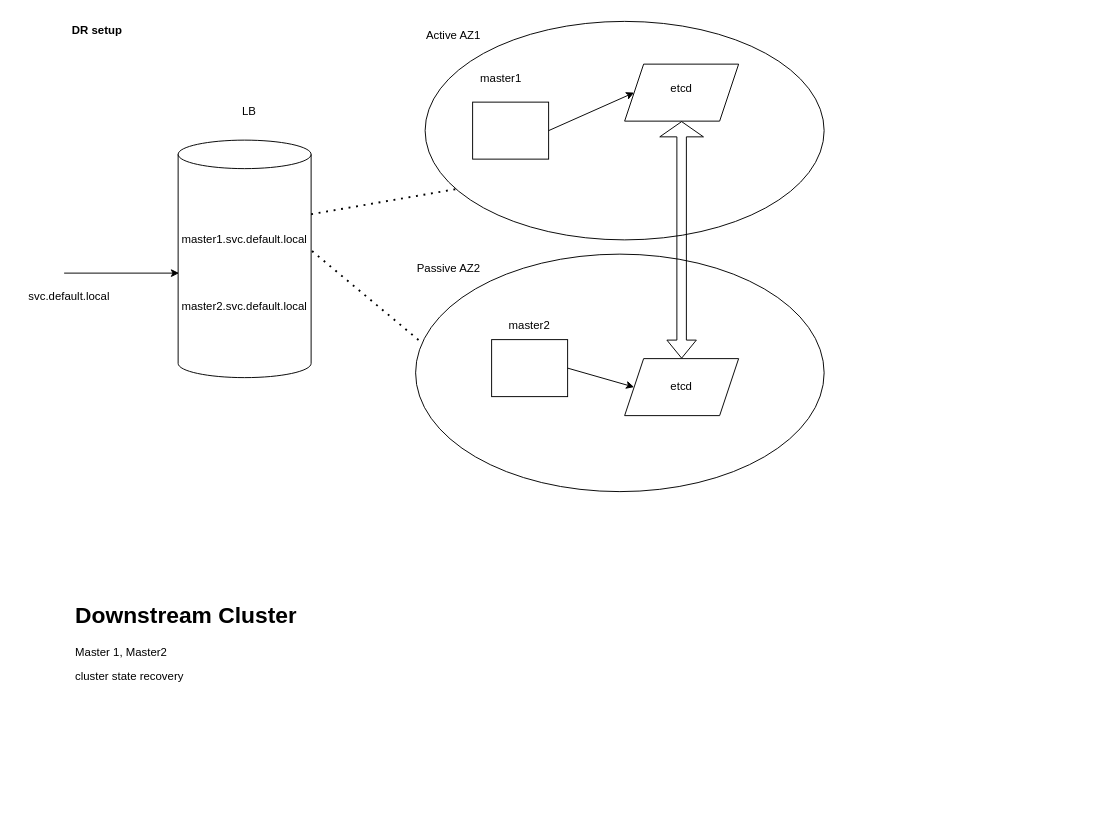
Before: Untitled Diagram.drawio in NitinBakaya/backup, a draw.io diagram. Source tidied: cells renumbered, new cells numbered last; positions are measured from the earlier drawing's top-left corner, leaving out a move shared by most shapes. Both pictures are drawn from the tidied source at 95%, with x=0, y=0 at pixel (16, 16).
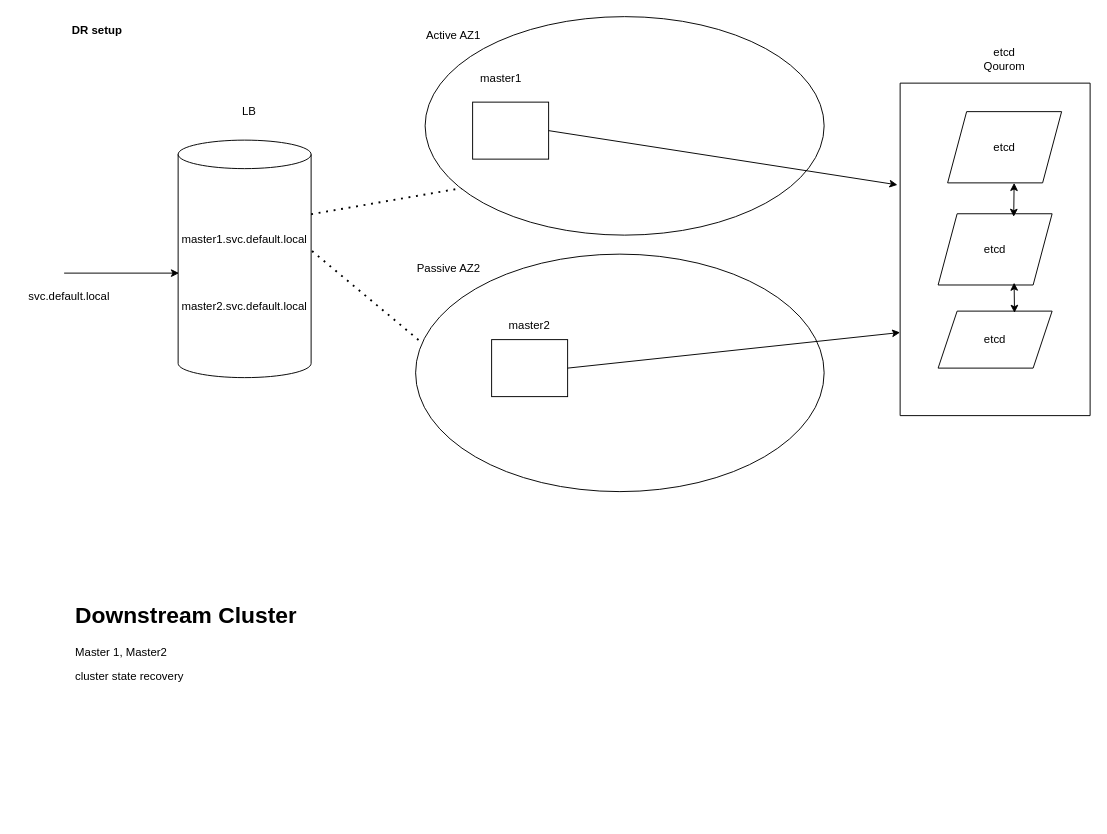
The same diagram, later.

What changed in the source:
```diff
@@
     <mxCell id="12" style="ellipse;whiteSpace=wrap;html=1;" parent="1" vertex="1">
-      <mxGeometry x="430" y="5" width="420" height="230" as="geometry" />
+      <mxGeometry x="430" width="420" height="230" as="geometry" />
     </mxCell>
@@
-    <mxCell id="15" style="shape=parallelogram;perimeter=parallelogramPerimeter;whiteSpace=wrap;html=1;fixedSize=1;" parent="1" vertex="1">
-      <mxGeometry x="640" y="50" width="120" height="60" as="geometry" />
-    </mxCell>
-    <mxCell id="16" style="shape=parallelogram;perimeter=parallelogramPerimeter;whiteSpace=wrap;html=1;fixedSize=1;" parent="1" vertex="1">
-      <mxGeometry x="640" y="360" width="120" height="60" as="geometry" />
-    </mxCell>
-    <mxCell id="17" style="shape=flexArrow;endArrow=classic;startArrow=classic;html=1;rounded=0;endWidth=35;endSize=5.02;entryX=0.5;entryY=1;entryDx=0;entryDy=0;" parent="1" edge="1" source="16" target="15">
-      <mxGeometry relative="1" as="geometry" />
-    </mxCell>
-    <mxCell id="18" style="endArrow=classic;html=1;rounded=0;entryX=0;entryY=0.5;entryDx=0;entryDy=0;" parent="1" edge="1" target="15">
+    <mxCell id="18" style="endArrow=classic;html=1;rounded=0;entryX=-0.014;entryY=0.306;entryDx=0;entryDy=0;entryPerimeter=0;" parent="1" edge="1" target="28">
       <mxGeometry relative="1" as="geometry">
         <mxPoint x="560" y="120" as="sourcePoint" />
       </mxGeometry>
     </mxCell>
-    <mxCell id="19" style="endArrow=classic;html=1;rounded=0;entryX=0;entryY=0.5;entryDx=0;entryDy=0;" parent="1" edge="1" target="16">
+    <mxCell id="19" style="endArrow=classic;html=1;rounded=0;entryX=0;entryY=0.75;entryDx=0;entryDy=0;" parent="1" edge="1" target="28">
       <mxGeometry relative="1" as="geometry">
         <mxPoint x="580" y="370" as="sourcePoint" />
       </mxGeometry>
     </mxCell>
@@
-    <mxCell id="22" value="etcd" style="text;html=1;align=center;verticalAlign=middle;whiteSpace=wrap;rounded=0;" parent="1" vertex="1">
-      <mxGeometry x="670" y="61" width="60" height="30" as="geometry" />
-    </mxCell>
-    <mxCell id="23" value="etcd" style="text;html=1;align=center;verticalAlign=middle;whiteSpace=wrap;rounded=0;" parent="1" vertex="1">
-      <mxGeometry x="670" y="375" width="60" height="30" as="geometry" />
-    </mxCell>
@@
+    <mxCell id="28" style="swimlane;startSize=0;" parent="1" vertex="1">
+      <mxGeometry x="930" y="70" width="200" height="350" as="geometry" />
+    </mxCell>
+    <mxCell id="15" style="shape=parallelogram;perimeter=parallelogramPerimeter;whiteSpace=wrap;html=1;fixedSize=1;" parent="28" vertex="1">
+      <mxGeometry x="50" y="30" width="120" height="75" as="geometry" />
+    </mxCell>
+    <mxCell id="16" style="shape=parallelogram;perimeter=parallelogramPerimeter;whiteSpace=wrap;html=1;fixedSize=1;" parent="28" vertex="1">
+      <mxGeometry x="40" y="240" width="120" height="60" as="geometry" />
+    </mxCell>
+    <mxCell id="29" style="shape=parallelogram;perimeter=parallelogramPerimeter;whiteSpace=wrap;html=1;fixedSize=1;" parent="28" vertex="1">
+      <mxGeometry x="40" y="137.5" width="120" height="75" as="geometry" />
+    </mxCell>
+    <mxCell id="30" value="etcd" style="text;html=1;align=center;verticalAlign=middle;whiteSpace=wrap;rounded=0;" parent="28" vertex="1">
+      <mxGeometry x="80" y="53" width="60" height="30" as="geometry" />
+    </mxCell>
+    <mxCell id="31" value="etcd" style="text;html=1;align=center;verticalAlign=middle;whiteSpace=wrap;rounded=0;" parent="28" vertex="1">
+      <mxGeometry x="70" y="160" width="60" height="30" as="geometry" />
+    </mxCell>
+    <mxCell id="32" value="etcd" style="text;html=1;align=center;verticalAlign=middle;whiteSpace=wrap;rounded=0;" parent="28" vertex="1">
+      <mxGeometry x="70" y="255" width="60" height="30" as="geometry" />
+    </mxCell>
+    <mxCell id="33" style="endArrow=classic;startArrow=classic;html=1;rounded=0;exitX=0.663;exitY=0.043;exitDx=0;exitDy=0;exitPerimeter=0;" parent="28" edge="1" source="29">
+      <mxGeometry relative="1" as="geometry">
+        <mxPoint x="120" y="105" as="targetPoint" />
+      </mxGeometry>
+    </mxCell>
+    <mxCell id="34" style="endArrow=classic;startArrow=classic;html=1;rounded=0;exitX=0.67;exitY=0.031;exitDx=0;exitDy=0;exitPerimeter=0;" parent="28" edge="1" source="16">
+      <mxGeometry relative="1" as="geometry">
+        <mxPoint x="120" y="210" as="targetPoint" />
+      </mxGeometry>
+    </mxCell>
+    <mxCell id="35" value="etcd Qourom" style="text;html=1;align=center;verticalAlign=middle;whiteSpace=wrap;rounded=0;" parent="1" vertex="1">
+      <mxGeometry x="1010" y="30" width="60" height="30" as="geometry" />
+    </mxCell>
```
